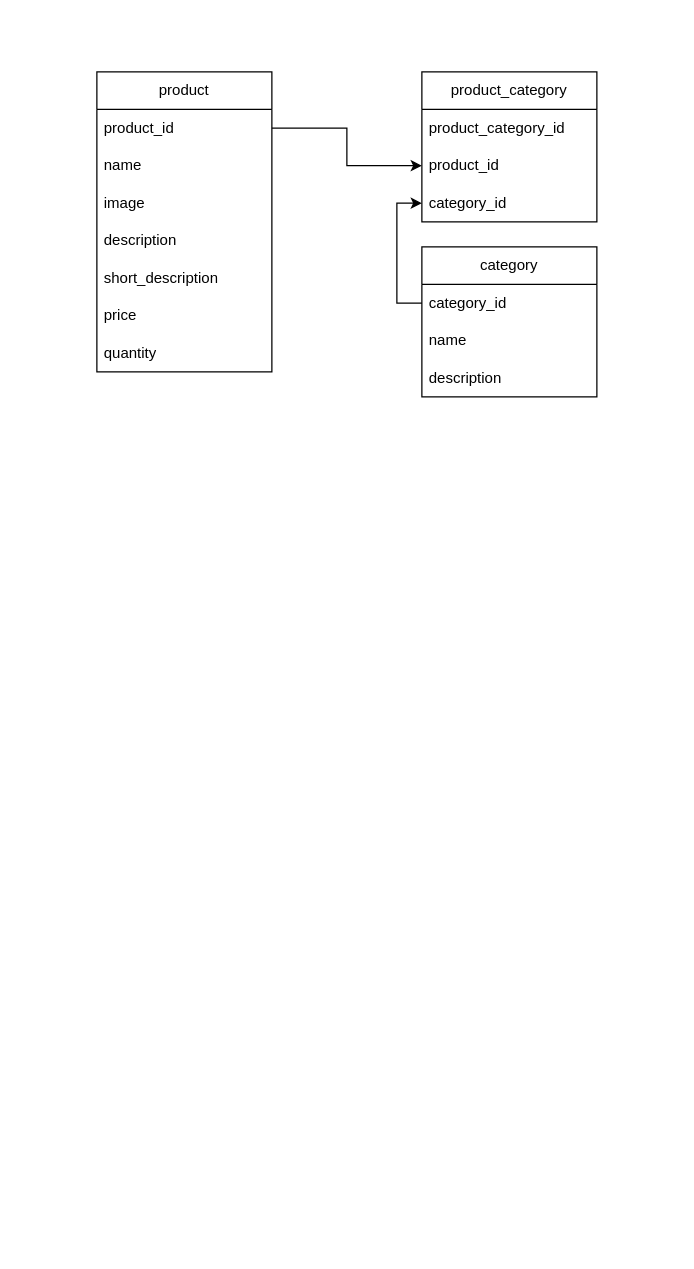
sharvadim07/django-store keeps this draw.io diagram as store_db.drawio. Above is the earlier version. Source tidied: cells renumbered, new cells numbered last; positions are measured from the earlier drawing's top-left corner, leaving out a move shared by most shapes. Both pictures are drawn from the tidied source at 125%, with x=0, y=0 at pixel (96, 71).
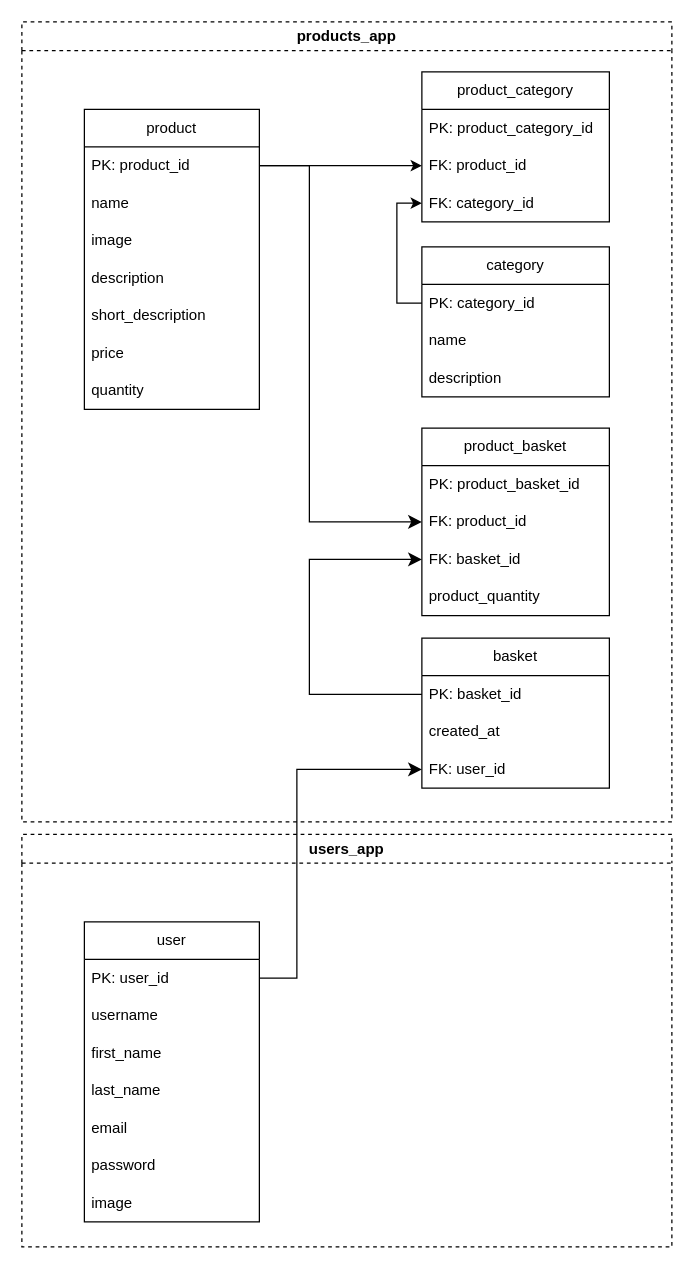
After the change.

The edit, as a diff of the source:
```diff
@@
+    <mxCell id="20" value="users_app" style="swimlane;whiteSpace=wrap;html=1;dashed=1;" parent="1" vertex="1">
+      <mxGeometry x="-60" y="610" width="520" height="330" as="geometry" />
+    </mxCell>
+    <mxCell id="21" value="products_app" style="swimlane;whiteSpace=wrap;html=1;dashed=1;" parent="1" vertex="1">
+      <mxGeometry x="-60" y="-40" width="520" height="640" as="geometry" />
+    </mxCell>
     <mxCell id="2" value="product" style="swimlane;fontStyle=0;horizontal=1;startSize=30;whiteSpace=wrap;html=1;" parent="1" vertex="1">
-      <mxGeometry width="140" height="240" as="geometry" />
+      <mxGeometry x="-10" y="30" width="140" height="240" as="geometry" />
     </mxCell>
-    <mxCell id="3" value="product_id" style="text;strokeColor=none;fillColor=none;align=left;verticalAlign=middle;spacingLeft=4;spacingRight=4;overflow=hidden;points=[[0,0.5],[1,0.5]];portConstraint=eastwest;whiteSpace=wrap;html=1;" parent="2" vertex="1">
+    <mxCell id="3" value="PK: product_id" style="text;strokeColor=none;fillColor=none;align=left;verticalAlign=middle;spacingLeft=4;spacingRight=4;overflow=hidden;points=[[0,0.5],[1,0.5]];portConstraint=eastwest;whiteSpace=wrap;html=1;" parent="2" vertex="1">
       <mxGeometry y="30" width="140" height="30" as="geometry" />
     </mxCell>
@@
     <mxCell id="10" value="category" style="swimlane;fontStyle=0;horizontal=1;startSize=30;whiteSpace=wrap;html=1;" parent="1" vertex="1">
-      <mxGeometry x="260" y="140" width="140" height="120" as="geometry" />
+      <mxGeometry x="260" y="140" width="150" height="120" as="geometry" />
     </mxCell>
-    <mxCell id="11" value="category_id" style="text;strokeColor=none;fillColor=none;align=left;verticalAlign=middle;spacingLeft=4;spacingRight=4;overflow=hidden;points=[[0,0.5],[1,0.5]];portConstraint=eastwest;whiteSpace=wrap;html=1;" parent="10" vertex="1">
-      <mxGeometry y="30" width="140" height="30" as="geometry" />
+    <mxCell id="11" value="PK: category_id" style="text;strokeColor=none;fillColor=none;align=left;verticalAlign=middle;spacingLeft=4;spacingRight=4;overflow=hidden;points=[[0,0.5],[1,0.5]];portConstraint=eastwest;whiteSpace=wrap;html=1;" parent="10" vertex="1">
+      <mxGeometry y="30" width="150" height="30" as="geometry" />
     </mxCell>
     <mxCell id="12" value="name" style="text;strokeColor=none;fillColor=none;align=left;verticalAlign=middle;spacingLeft=4;spacingRight=4;overflow=hidden;whiteSpace=wrap;html=1;" parent="10" vertex="1">
-      <mxGeometry y="60" width="140" height="30" as="geometry" />
+      <mxGeometry y="60" width="150" height="30" as="geometry" />
     </mxCell>
     <mxCell id="13" value="description" style="text;strokeColor=none;fillColor=none;align=left;verticalAlign=middle;spacingLeft=4;spacingRight=4;overflow=hidden;whiteSpace=wrap;html=1;" parent="10" vertex="1">
-      <mxGeometry y="90" width="140" height="30" as="geometry" />
+      <mxGeometry y="90" width="150" height="30" as="geometry" />
     </mxCell>
     <mxCell id="14" value="product_category" style="swimlane;fontStyle=0;horizontal=1;startSize=30;whiteSpace=wrap;html=1;" parent="1" vertex="1">
-      <mxGeometry x="260" width="140" height="120" as="geometry" />
+      <mxGeometry x="260" width="150" height="120" as="geometry" />
     </mxCell>
-    <mxCell id="15" value="product_category_id" style="text;strokeColor=none;fillColor=none;align=left;verticalAlign=middle;spacingLeft=4;spacingRight=4;overflow=hidden;whiteSpace=wrap;html=1;" parent="14" vertex="1">
-      <mxGeometry y="30" width="140" height="30" as="geometry" />
+    <mxCell id="15" value="PK: product_category_id" style="text;strokeColor=none;fillColor=none;align=left;verticalAlign=middle;spacingLeft=4;spacingRight=4;overflow=hidden;whiteSpace=wrap;html=1;" parent="14" vertex="1">
+      <mxGeometry y="30" width="150" height="30" as="geometry" />
     </mxCell>
-    <mxCell id="16" value="product_id" style="text;strokeColor=none;fillColor=none;align=left;verticalAlign=middle;spacingLeft=4;spacingRight=4;overflow=hidden;points=[[0,0.5],[1,0.5]];portConstraint=eastwest;whiteSpace=wrap;html=1;" parent="14" vertex="1">
-      <mxGeometry y="60" width="140" height="30" as="geometry" />
+    <mxCell id="16" value="FK: product_id" style="text;strokeColor=none;fillColor=none;align=left;verticalAlign=middle;spacingLeft=4;spacingRight=4;overflow=hidden;points=[[0,0.5],[1,0.5]];portConstraint=eastwest;whiteSpace=wrap;html=1;" parent="14" vertex="1">
+      <mxGeometry y="60" width="150" height="30" as="geometry" />
     </mxCell>
-    <mxCell id="17" value="category_id" style="text;strokeColor=none;fillColor=none;align=left;verticalAlign=middle;spacingLeft=4;spacingRight=4;overflow=hidden;points=[[0,0.5],[1,0.5]];portConstraint=eastwest;whiteSpace=wrap;html=1;" parent="14" vertex="1">
-      <mxGeometry y="90" width="140" height="30" as="geometry" />
+    <mxCell id="17" value="FK: category_id" style="text;strokeColor=none;fillColor=none;align=left;verticalAlign=middle;spacingLeft=4;spacingRight=4;overflow=hidden;points=[[0,0.5],[1,0.5]];portConstraint=eastwest;whiteSpace=wrap;html=1;" parent="14" vertex="1">
+      <mxGeometry y="90" width="150" height="30" as="geometry" />
     </mxCell>
@@
+    <mxCell id="22" value="basket" style="swimlane;fontStyle=0;horizontal=1;startSize=30;whiteSpace=wrap;html=1;" parent="1" vertex="1">
+      <mxGeometry x="260" y="453" width="150" height="120" as="geometry" />
+    </mxCell>
+    <mxCell id="23" value="PK: basket_id" style="text;strokeColor=none;fillColor=none;align=left;verticalAlign=middle;spacingLeft=4;spacingRight=4;overflow=hidden;points=[[0,0.5],[1,0.5]];portConstraint=eastwest;whiteSpace=wrap;html=1;" parent="22" vertex="1">
+      <mxGeometry y="30" width="150" height="30" as="geometry" />
+    </mxCell>
+    <mxCell id="24" value="created_at" style="text;strokeColor=none;fillColor=none;align=left;verticalAlign=middle;spacingLeft=4;spacingRight=4;overflow=hidden;whiteSpace=wrap;html=1;" parent="22" vertex="1">
+      <mxGeometry y="60" width="150" height="30" as="geometry" />
+    </mxCell>
+    <mxCell id="25" value="FK: user_id" style="text;strokeColor=none;fillColor=none;align=left;verticalAlign=middle;spacingLeft=4;spacingRight=4;overflow=hidden;points=[[0,0.5],[1,0.5]];portConstraint=eastwest;whiteSpace=wrap;html=1;" parent="22" vertex="1">
+      <mxGeometry y="90" width="150" height="30" as="geometry" />
+    </mxCell>
+    <mxCell id="26" value="user" style="swimlane;fontStyle=0;horizontal=1;startSize=30;whiteSpace=wrap;html=1;" parent="1" vertex="1">
+      <mxGeometry x="-10" y="680" width="140" height="240" as="geometry" />
+    </mxCell>
+    <mxCell id="27" value="PK: user_id" style="text;strokeColor=none;fillColor=none;align=left;verticalAlign=middle;spacingLeft=4;spacingRight=4;overflow=hidden;points=[[0,0.5],[1,0.5]];portConstraint=eastwest;whiteSpace=wrap;html=1;" parent="26" vertex="1">
+      <mxGeometry y="30" width="140" height="30" as="geometry" />
+    </mxCell>
+    <mxCell id="28" value="username" style="text;strokeColor=none;fillColor=none;align=left;verticalAlign=middle;spacingLeft=4;spacingRight=4;overflow=hidden;whiteSpace=wrap;html=1;" parent="26" vertex="1">
+      <mxGeometry y="60" width="140" height="30" as="geometry" />
+    </mxCell>
+    <mxCell id="29" value="first_name" style="text;strokeColor=none;fillColor=none;align=left;verticalAlign=middle;spacingLeft=4;spacingRight=4;overflow=hidden;whiteSpace=wrap;html=1;" parent="26" vertex="1">
+      <mxGeometry y="90" width="140" height="30" as="geometry" />
+    </mxCell>
+    <mxCell id="30" value="last_name" style="text;strokeColor=none;fillColor=none;align=left;verticalAlign=middle;spacingLeft=4;spacingRight=4;overflow=hidden;whiteSpace=wrap;html=1;" parent="26" vertex="1">
+      <mxGeometry y="120" width="140" height="30" as="geometry" />
+    </mxCell>
+    <mxCell id="31" value="email" style="text;strokeColor=none;fillColor=none;align=left;verticalAlign=middle;spacingLeft=4;spacingRight=4;overflow=hidden;whiteSpace=wrap;html=1;" parent="26" vertex="1">
+      <mxGeometry y="150" width="140" height="30" as="geometry" />
+    </mxCell>
+    <mxCell id="32" value="password" style="text;strokeColor=none;fillColor=none;align=left;verticalAlign=middle;spacingLeft=4;spacingRight=4;overflow=hidden;whiteSpace=wrap;html=1;" parent="26" vertex="1">
+      <mxGeometry y="180" width="140" height="30" as="geometry" />
+    </mxCell>
+    <mxCell id="33" value="image" style="text;strokeColor=none;fillColor=none;align=left;verticalAlign=middle;spacingLeft=4;spacingRight=4;overflow=hidden;whiteSpace=wrap;html=1;" parent="26" vertex="1">
+      <mxGeometry y="210" width="140" height="30" as="geometry" />
+    </mxCell>
+    <mxCell id="34" value="product_basket" style="swimlane;fontStyle=0;horizontal=1;startSize=30;whiteSpace=wrap;html=1;" parent="1" vertex="1">
+      <mxGeometry x="260" y="285" width="150" height="150" as="geometry" />
+    </mxCell>
+    <mxCell id="35" value="PK: product_basket_id" style="text;strokeColor=none;fillColor=none;align=left;verticalAlign=middle;spacingLeft=4;spacingRight=4;overflow=hidden;whiteSpace=wrap;html=1;" parent="34" vertex="1">
+      <mxGeometry y="30" width="150" height="30" as="geometry" />
+    </mxCell>
+    <mxCell id="36" value="FK: product_id" style="text;strokeColor=none;fillColor=none;align=left;verticalAlign=middle;spacingLeft=4;spacingRight=4;overflow=hidden;points=[[0,0.5],[1,0.5]];portConstraint=eastwest;whiteSpace=wrap;html=1;" parent="34" vertex="1">
+      <mxGeometry y="60" width="150" height="30" as="geometry" />
+    </mxCell>
+    <mxCell id="37" value="FK: basket_id" style="text;strokeColor=none;fillColor=none;align=left;verticalAlign=middle;spacingLeft=4;spacingRight=4;overflow=hidden;points=[[0,0.5],[1,0.5]];portConstraint=eastwest;whiteSpace=wrap;html=1;" parent="34" vertex="1">
+      <mxGeometry y="90" width="150" height="30" as="geometry" />
+    </mxCell>
+    <mxCell id="38" value="product_quantity" style="text;strokeColor=none;fillColor=none;align=left;verticalAlign=middle;spacingLeft=4;spacingRight=4;overflow=hidden;whiteSpace=wrap;html=1;" parent="34" vertex="1">
+      <mxGeometry y="120" width="150" height="30" as="geometry" />
+    </mxCell>
+    <mxCell id="39" style="edgeStyle=elbowEdgeStyle;elbow=horizontal;endArrow=classic;html=1;curved=0;rounded=0;endSize=8;startSize=8;entryX=0;entryY=0.5;entryDx=0;entryDy=0;exitX=1;exitY=0.5;exitDx=0;exitDy=0;" parent="1" edge="1" source="3" target="36">
+      <mxGeometry relative="1" as="geometry">
+        <Array as="points">
+          <mxPoint x="170" y="210" />
+        </Array>
+      </mxGeometry>
+    </mxCell>
+    <mxCell id="40" style="edgeStyle=elbowEdgeStyle;elbow=horizontal;endArrow=classic;html=1;curved=0;rounded=0;endSize=8;startSize=8;entryX=0;entryY=0.5;entryDx=0;entryDy=0;exitX=0;exitY=0.5;exitDx=0;exitDy=0;" parent="1" edge="1" source="23" target="37">
+      <mxGeometry relative="1" as="geometry">
+        <Array as="points">
+          <mxPoint x="170" y="420" />
+        </Array>
+      </mxGeometry>
+    </mxCell>
+    <mxCell id="41" style="edgeStyle=elbowEdgeStyle;elbow=horizontal;endArrow=classic;html=1;curved=0;rounded=0;endSize=8;startSize=8;entryX=0;entryY=0.5;entryDx=0;entryDy=0;exitX=1;exitY=0.5;exitDx=0;exitDy=0;" parent="1" edge="1" source="27" target="25">
+      <mxGeometry relative="1" as="geometry">
+        <Array as="points">
+          <mxPoint x="160" y="650" />
+        </Array>
+      </mxGeometry>
+    </mxCell>
```
